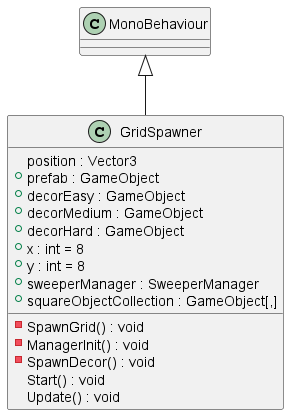
Eliaz-LR/3D-Minesweeper keeps this PlantUML diagram as uml-output/GridSpawner.png. Above is the earlier version.
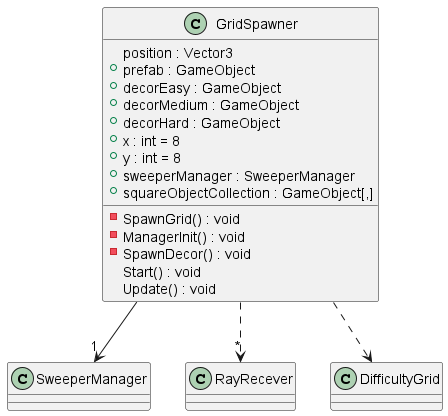
Later version of the same file.

Change to the diagram source:
```diff
@@ -15,5 +15,7 @@
     Start() : void
     Update() : void
 }
-MonoBehaviour <|-- GridSpawner
+GridSpawner --> "1" SweeperManager
+GridSpawner ..> "*" RayRecever
+GridSpawner ..> DifficultyGrid
 @enduml
```
